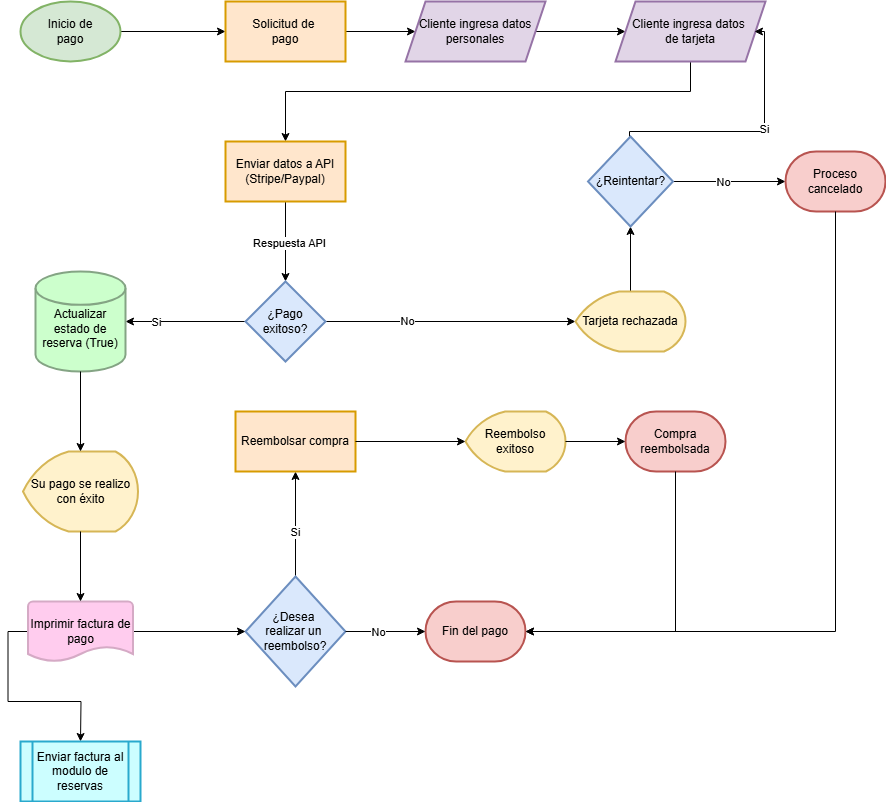
Before: Flujograma de pago.png, a diagram exported from draw.io (DjGuetta/App-Hotel-Management). Source tidied: cells renumbered, new cells last; positions are measured from the earlier drawing's top-left corner, leaving out a move shared by most shapes.
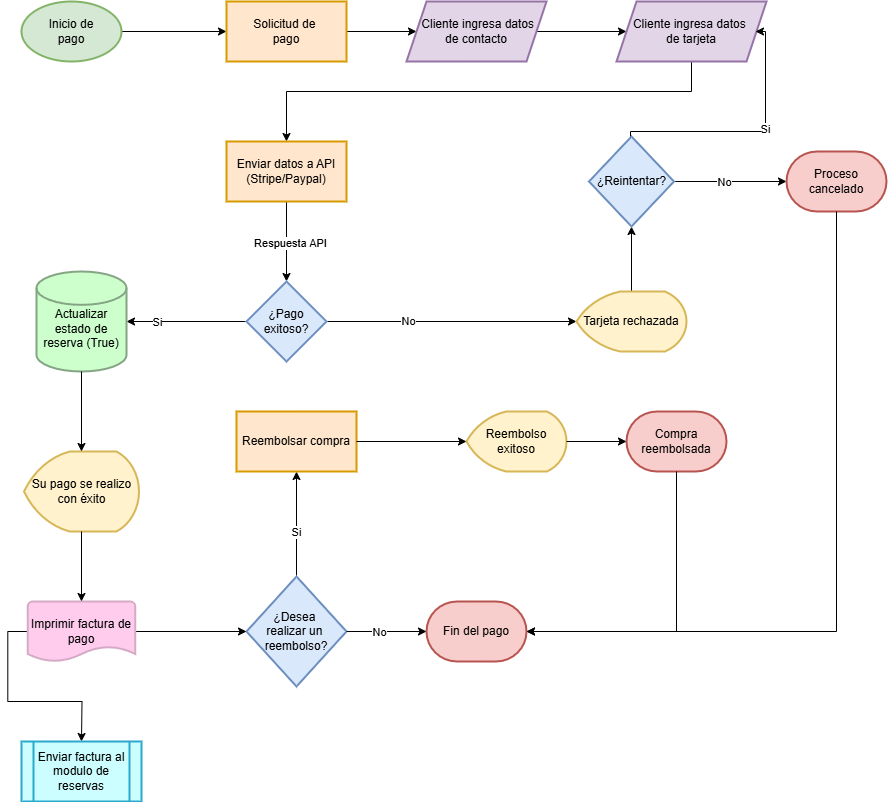
Later version of the same file.

Commit message:
Errores en pedido de datos

The edit, as a diff of the source:
```diff
@@ -17,7 +17,7 @@
     <mxCell id="6" style="edgeStyle=orthogonalEdgeStyle;rounded=0;jettySize=auto;html=1;" parent="1" edge="1" source="7" target="9">
       <mxGeometry relative="1" as="geometry" />
     </mxCell>
-    <mxCell id="7" value="Cliente ingresa datos personales" style="shape=parallelogram;perimeter=parallelogramPerimeter;whiteSpace=wrap;html=1;fixedSize=1;strokeWidth=2;fillColor=#e1d5e7;strokeColor=#9673a6;" parent="1" vertex="1">
+    <mxCell id="7" value="&amp;nbsp; Cliente ingresa datos&amp;nbsp;&lt;div&gt;de contacto&lt;/div&gt;" style="shape=parallelogram;perimeter=parallelogramPerimeter;whiteSpace=wrap;html=1;fixedSize=1;strokeWidth=2;fillColor=#e1d5e7;strokeColor=#9673a6;" parent="1" vertex="1">
       <mxGeometry x="385" width="140" height="60" as="geometry" />
     </mxCell>
     <mxCell id="8" style="edgeStyle=orthogonalEdgeStyle;rounded=0;jettySize=auto;html=1;" parent="1" edge="1" source="9" target="12">
@@ -148,7 +148,7 @@
       <mxGeometry relative="1" as="geometry" />
     </mxCell>
     <mxCell id="44" value="Imprimir factura de pago" style="strokeWidth=2;html=1;shape=mxgraph.flowchart.document2;whiteSpace=wrap;size=0.25;fillColor=#FFCCEE;strokeColor=#D5AAC5;" parent="1" vertex="1">
-      <mxGeometry x="7.5" y="600" width="105" height="60" as="geometry" />
+      <mxGeometry x="6.2" y="600" width="107.5" height="60" as="geometry" />
     </mxCell>
     <mxCell id="45" style="edgeStyle=orthogonalEdgeStyle;rounded=0;jettySize=auto;html=1;exitX=0.5;exitY=1;exitDx=0;exitDy=0;exitPerimeter=0;entryX=0.5;entryY=0;entryDx=0;entryDy=0;entryPerimeter=0;" parent="1" edge="1" source="26" target="44">
       <mxGeometry relative="1" as="geometry" />
```
